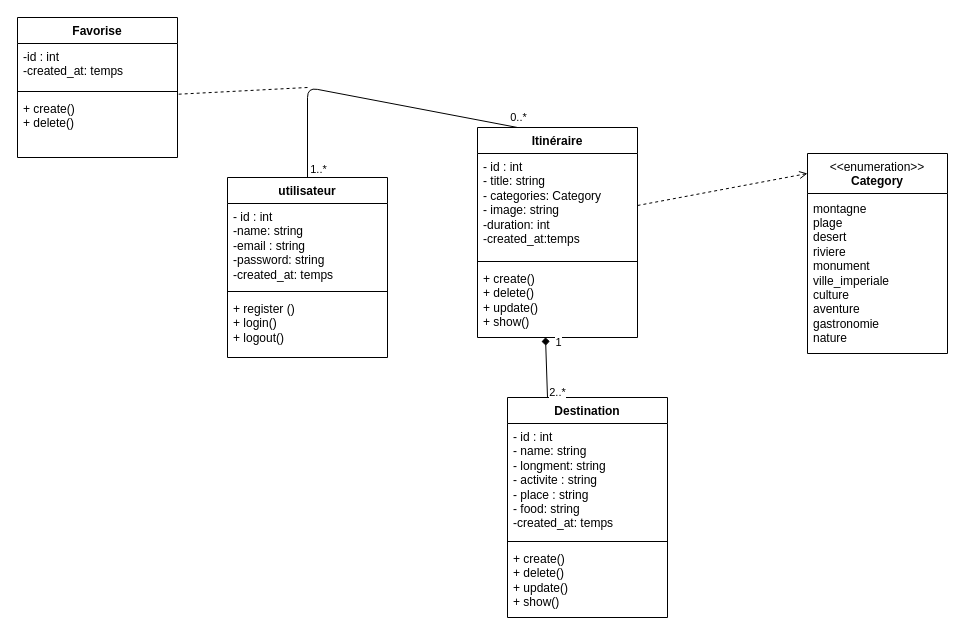
Earlier version of the draw.io diagram UML/diagrammeClasse.drawio (Hanane2001/MarocExplore). Source tidied: cells renumbered, new cells numbered last; positions are measured from the earlier drawing's top-left corner, leaving out a move shared by most shapes. Both pictures are drawn from the tidied source at 100%, with x=0, y=0 at pixel (17, 17).
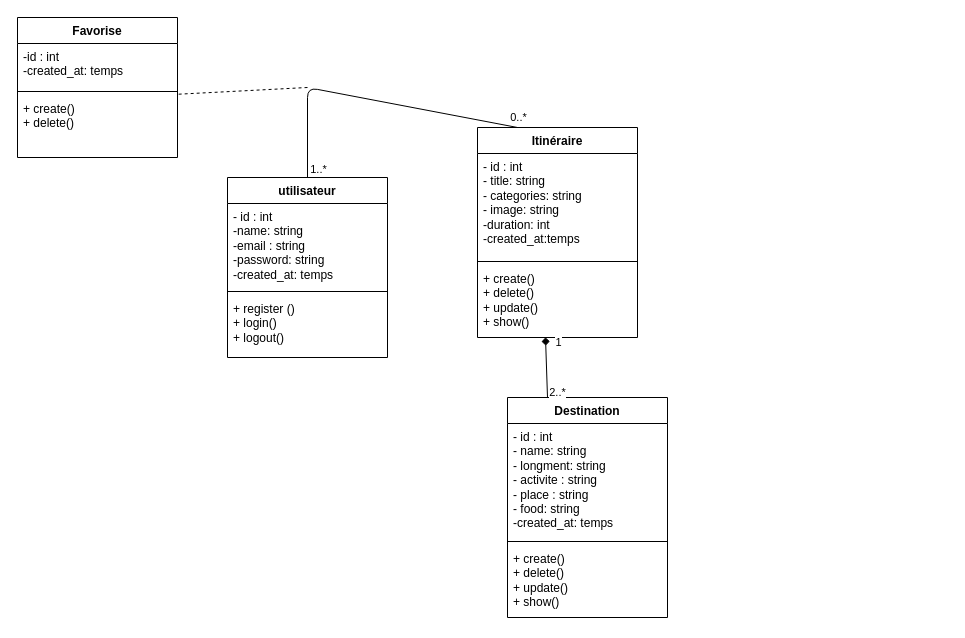
Above is the later version.

Unchanged cells that the change refers to:
```xml
<mxCell id="6" value="Itinéraire" style="swimlane;fontStyle=1;align=center;verticalAlign=top;horizontal=1;startSize=26;whiteSpace=wrap;html=1;" parent="1" vertex="1">
  <mxGeometry x="460" y="110" width="160" height="210" as="geometry" />
</mxCell>
```

The edit, as a diff of the source:
```diff
@@
-    <mxCell id="7" value="- id : int&amp;nbsp;&lt;div&gt;- title: string&lt;/div&gt;&lt;div&gt;- categories: Category&lt;/div&gt;&lt;div&gt;- image: string&lt;/div&gt;&lt;div&gt;-duration: int&lt;/div&gt;&lt;div&gt;-created_at:temps&lt;/div&gt;" style="text;strokeColor=none;fillColor=none;align=left;verticalAlign=top;spacingLeft=4;spacingRight=4;overflow=hidden;points=[[0,0.5],[1,0.5]];portConstraint=eastwest;whiteSpace=wrap;html=1;" parent="6" vertex="1">
+    <mxCell id="7" value="- id : int&amp;nbsp;&lt;div&gt;- title: string&lt;/div&gt;&lt;div&gt;- categories: string&lt;/div&gt;&lt;div&gt;- image: string&lt;/div&gt;&lt;div&gt;-duration: int&lt;/div&gt;&lt;div&gt;-created_at:temps&lt;/div&gt;" style="text;strokeColor=none;fillColor=none;align=left;verticalAlign=top;spacingLeft=4;spacingRight=4;overflow=hidden;points=[[0,0.5],[1,0.5]];portConstraint=eastwest;whiteSpace=wrap;html=1;" parent="6" vertex="1">
       <mxGeometry y="26" width="160" height="104" as="geometry" />
     </mxCell>
@@
-    <mxCell id="25" value="&amp;lt;&amp;lt;enumeration&amp;gt;&amp;gt;&lt;br&gt;&lt;b&gt;Category&lt;/b&gt;" style="swimlane;fontStyle=0;align=center;verticalAlign=top;horizontal=1;startSize=40;html=1;whiteSpace=wrap;" parent="1" vertex="1">
-      <mxGeometry x="790" y="136" width="140" height="200" as="geometry" />
-    </mxCell>
-    <mxCell id="26" value="montagne&lt;div&gt;plage&lt;/div&gt;&lt;div&gt;desert&lt;/div&gt;&lt;div&gt;riviere&lt;/div&gt;&lt;div&gt;monument&lt;/div&gt;&lt;div&gt;ville_imperiale&lt;/div&gt;&lt;div&gt;culture&lt;/div&gt;&lt;div&gt;aventure&lt;/div&gt;&lt;div&gt;gastronomie&lt;/div&gt;&lt;div&gt;nature&lt;/div&gt;" style="text;html=1;strokeColor=none;fillColor=none;align=left;verticalAlign=middle;spacingLeft=4;spacingRight=4;overflow=hidden;whiteSpace=wrap;" parent="25" vertex="1">
-      <mxGeometry y="40" width="140" height="160" as="geometry" />
-    </mxCell>
-    <mxCell id="27" style="edgeStyle=none;html=1;exitX=1;exitY=0.5;exitDx=0;exitDy=0;entryX=0;entryY=0.1;entryDx=0;entryDy=0;entryPerimeter=0;endArrow=open;endFill=0;dashed=1;" parent="1" edge="1" source="7" target="25">
-      <mxGeometry relative="1" as="geometry" />
-    </mxCell>
```
